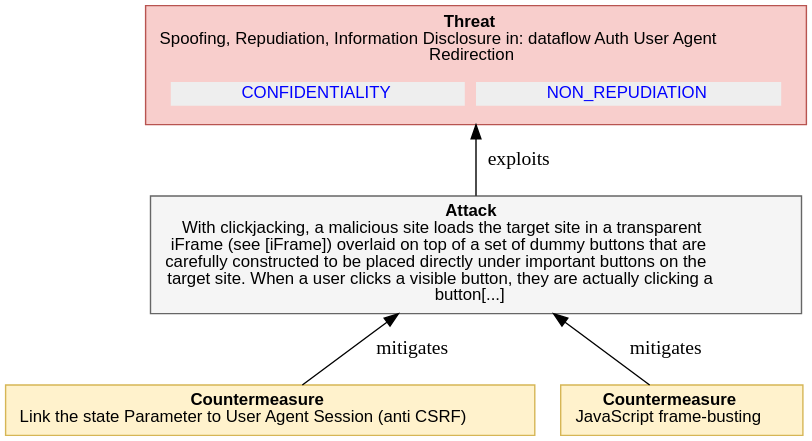
DavidCervigni/threat-models keeps this PlantUML diagram as report-examples/OAuth2/img/threatTree/4_4_1_9_CLICKJACKING.svg. Above is the earlier version. Its source is kept beside it as report-examples/OAuth2/img/threatTree/4_4_1_9_CLICKJACKING.puml.
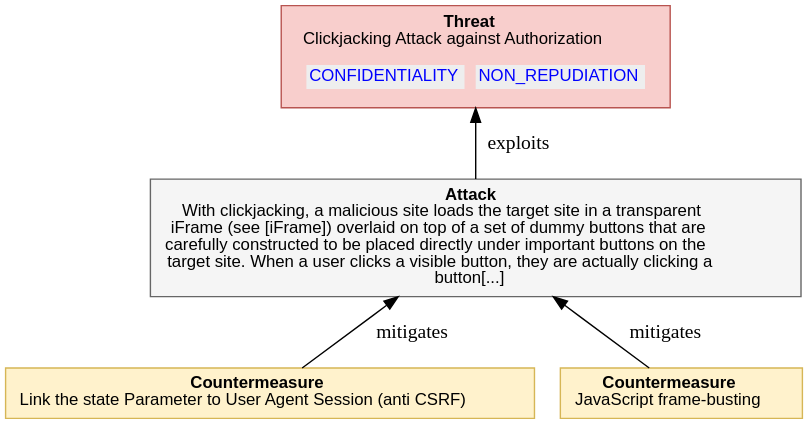
Later version of the same file.

Change to the diagram source:
```diff
@@ -7,7 +7,7 @@
     <<table border="0" cellborder="0" cellspacing="0">
      <tr><td align="center"><b>Threat</b><br/>
 
-Spoofing, Repudiation, Information Disclosure in: dataflow Auth User Agent<br/>Redirection
+Clickjacking Attack against Authorization
 </td></tr>
      <tr><td><table border="0" cellborder="0" cellspacing="8"><tr>
                 ret += secObj.linkedImpactMDText()
```
